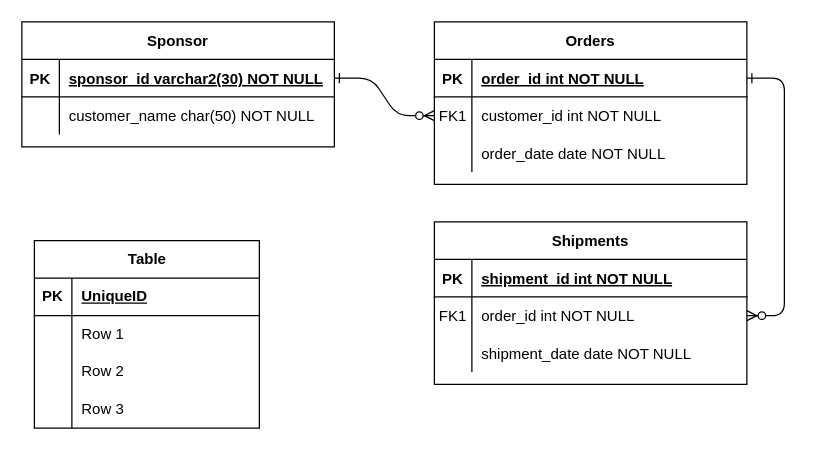
The draw.io diagram src/제목 없는 다이어그램.drawio in JeonB/BookMarketSystem, before the edit. Source tidied: cells renumbered, new cells numbered last; positions are measured from the earlier drawing's top-left corner, leaving out a move shared by most shapes. Both pictures are drawn from the tidied source at 125%, with x=0, y=0 at pixel (21, 21).
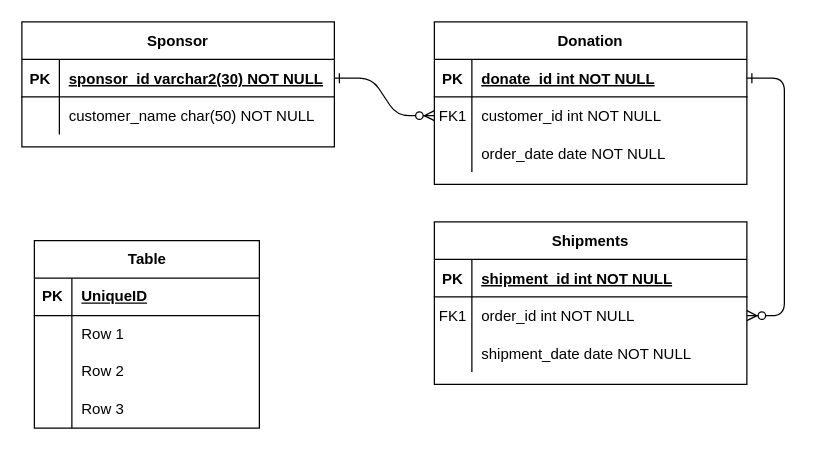
The same page after the edit.

The change refers to these unchanged cells:
```xml
<mxCell id="5" style="shape=partialRectangle;fillColor=none;points=[[0,0.5],[1,0.5]];portConstraint=eastwest;top=0;left=0;right=0;bottom=1;" parent="4" vertex="1">
  <mxGeometry y="30" width="250" height="30" as="geometry" />
</mxCell>
```

Change to the diagram source:
```diff
@@
-    <mxCell id="4" value="Orders" style="shape=table;startSize=30;childLayout=tableLayout;rowLines=0;fontStyle=1;align=center;" parent="1" vertex="1">
+    <mxCell id="4" value="Donation" style="shape=table;startSize=30;childLayout=tableLayout;rowLines=0;fontStyle=1;align=center;" parent="1" vertex="1">
       <mxGeometry x="330" width="250" height="130" as="geometry" />
     </mxCell>
@@
-    <mxCell id="7" value="order_id int NOT NULL " style="shape=partialRectangle;overflow=hidden;fillColor=none;top=0;left=0;bottom=0;right=0;align=left;spacingLeft=6;fontStyle=5;" parent="5" vertex="1">
+    <mxCell id="7" value="donate_id int NOT NULL " style="shape=partialRectangle;overflow=hidden;fillColor=none;top=0;left=0;bottom=0;right=0;align=left;spacingLeft=6;fontStyle=5;" parent="5" vertex="1">
       <mxGeometry x="30" width="220" height="30" as="geometry" />
     </mxCell>
```
